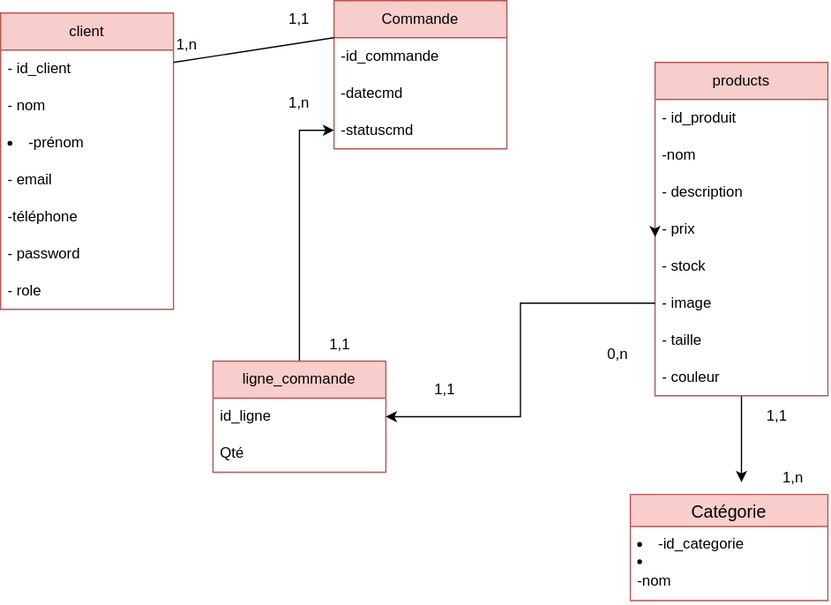
mesbahimohammedyassirsolicode-star/Projet-fil-rouge keeps this draw.io diagram as Conception BD/mcdfinal.drawio.svg. Above is the earlier version. Source tidied: cells renumbered, new cells last; positions are measured from the earlier drawing's top-left corner, leaving out a move shared by most shapes.
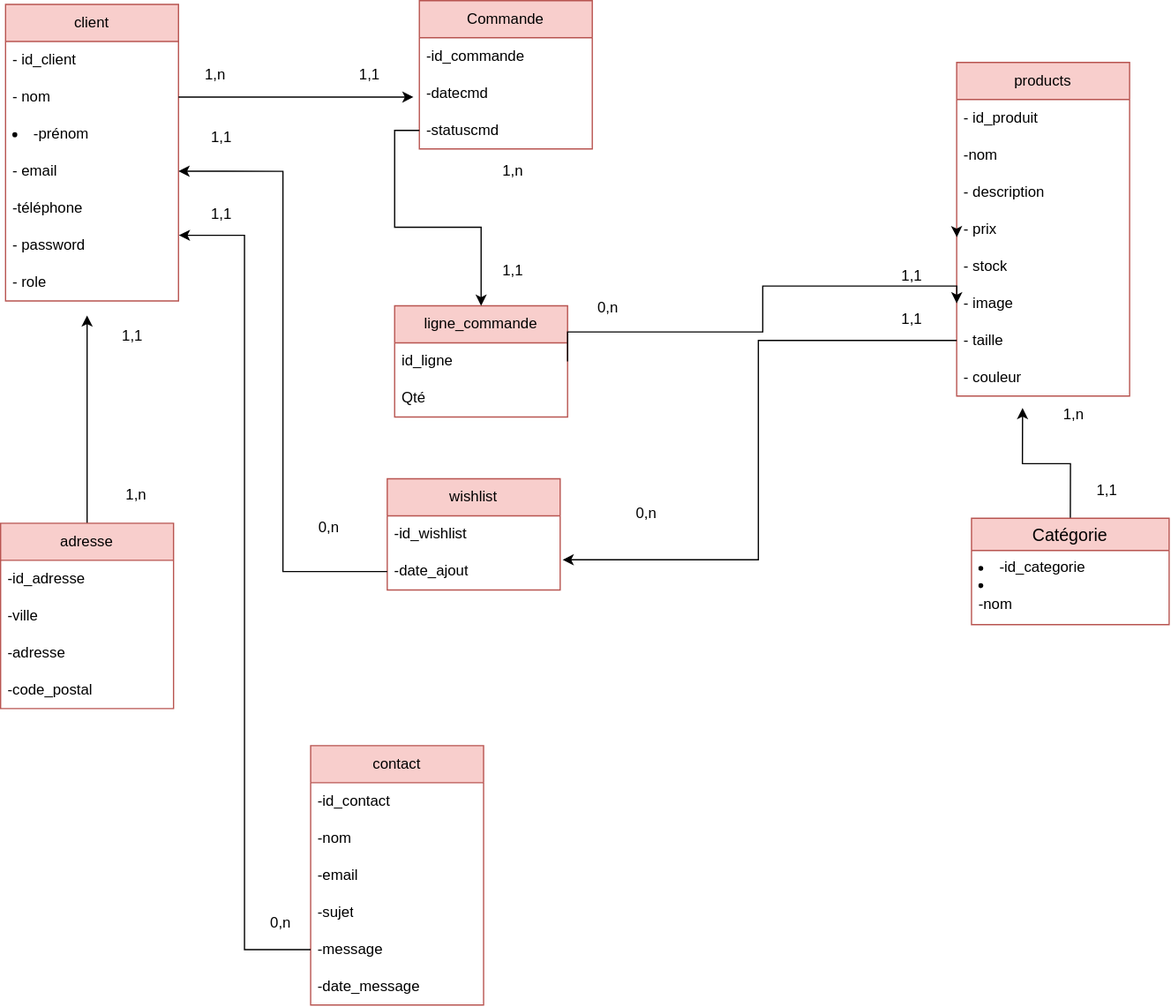
The same file after the commit.

Commit message:
feat: add MCD and MLD database design diagrams

Diff of the diagram source:
```diff
@@ -3,11 +3,16 @@
     <mxCell id="0" />
     <mxCell id="1" parent="0" />
     <mxCell id="2" value="client" style="swimlane;fontStyle=0;horizontal=1;startSize=30;whiteSpace=wrap;html=1;fillColor=#f8cecc;strokeColor=#b85450;" parent="1" vertex="1">
-      <mxGeometry y="10" width="140" height="240" as="geometry" />
+      <mxGeometry x="-30" y="-42" width="140" height="240" as="geometry" />
     </mxCell>
     <mxCell id="3" value="&lt;span class=&quot;ͼn&quot;&gt;-&lt;/span&gt; id_client&amp;nbsp;" style="text;strokeColor=none;fillColor=none;align=left;verticalAlign=middle;spacingLeft=4;spacingRight=4;overflow=hidden;whiteSpace=wrap;html=1;" parent="2" vertex="1">
       <mxGeometry y="30" width="140" height="30" as="geometry" />
     </mxCell>
+    <mxCell id="42" style="edgeStyle=orthogonalEdgeStyle;rounded=0;jettySize=auto;html=1;" parent="2" edge="1" source="4">
+      <mxGeometry relative="1" as="geometry">
+        <mxPoint x="330.2" y="75" as="targetPoint" />
+      </mxGeometry>
+    </mxCell>
     <mxCell id="4" value="&lt;span class=&quot;ͼn&quot;&gt;-&lt;/span&gt; nom" style="text;strokeColor=none;fillColor=none;align=left;verticalAlign=middle;spacingLeft=4;spacingRight=4;overflow=hidden;points=[[0,0.5],[1,0.5]];portConstraint=eastwest;whiteSpace=wrap;html=1;" parent="2" vertex="1">
       <mxGeometry y="60" width="140" height="30" as="geometry" />
     </mxCell>
@@ -26,13 +31,8 @@
     <mxCell id="9" value="&lt;span class=&quot;ͼn&quot;&gt;-&lt;/span&gt;&amp;nbsp;role" style="text;strokeColor=none;fillColor=none;align=left;verticalAlign=middle;spacingLeft=4;spacingRight=4;overflow=hidden;whiteSpace=wrap;html=1;" parent="2" vertex="1">
       <mxGeometry y="210" width="140" height="30" as="geometry" />
     </mxCell>
-    <mxCell id="10" style="edgeStyle=orthogonalEdgeStyle;rounded=0;jettySize=auto;html=1;" parent="1" edge="1" source="11">
-      <mxGeometry relative="1" as="geometry">
-        <mxPoint x="600" y="390" as="targetPoint" />
-      </mxGeometry>
-    </mxCell>
     <mxCell id="11" value="products" style="swimlane;fontStyle=0;horizontal=1;startSize=30;whiteSpace=wrap;html=1;fillColor=#f8cecc;strokeColor=#b85450;" parent="1" vertex="1">
-      <mxGeometry x="530" y="50" width="140" height="270" as="geometry" />
+      <mxGeometry x="740" y="5" width="140" height="270" as="geometry" />
     </mxCell>
     <mxCell id="12" value="&lt;span class=&quot;ͼn&quot;&gt;-&lt;/span&gt; id_produit&amp;nbsp;" style="text;strokeColor=none;fillColor=none;align=left;verticalAlign=middle;spacingLeft=4;spacingRight=4;overflow=hidden;whiteSpace=wrap;html=1;" parent="11" vertex="1">
       <mxGeometry y="30" width="140" height="30" as="geometry" />
@@ -62,7 +62,7 @@
       <mxGeometry relative="1" as="geometry" />
     </mxCell>
     <mxCell id="21" value="Commande" style="swimlane;fontStyle=0;horizontal=1;startSize=30;whiteSpace=wrap;html=1;fillColor=#f8cecc;strokeColor=#b85450;" parent="1" vertex="1">
-      <mxGeometry x="270" width="140" height="120" as="geometry" />
+      <mxGeometry x="305" y="-45" width="140" height="120" as="geometry" />
     </mxCell>
     <mxCell id="22" value="&lt;span class=&quot;ͼn&quot;&gt;-id_commande&amp;nbsp;&lt;/span&gt;" style="text;strokeColor=none;fillColor=none;align=left;verticalAlign=middle;spacingLeft=4;spacingRight=4;overflow=hidden;whiteSpace=wrap;html=1;" parent="21" vertex="1">
       <mxGeometry y="30" width="140" height="30" as="geometry" />
@@ -73,8 +73,13 @@
     <mxCell id="24" value="-statuscmd" style="text;strokeColor=none;fillColor=none;align=left;verticalAlign=middle;spacingLeft=4;spacingRight=4;overflow=hidden;points=[[0,0.5],[1,0.5]];portConstraint=eastwest;whiteSpace=wrap;html=1;" parent="21" vertex="1">
       <mxGeometry y="90" width="140" height="30" as="geometry" />
     </mxCell>
+    <mxCell id="43" style="edgeStyle=orthogonalEdgeStyle;rounded=0;jettySize=auto;html=1;exitX=0.5;exitY=0;exitDx=0;exitDy=0;" parent="1" edge="1" source="25">
+      <mxGeometry relative="1" as="geometry">
+        <mxPoint x="793.3" y="284.7" as="targetPoint" />
+      </mxGeometry>
+    </mxCell>
     <mxCell id="25" value="Catégorie" style="swimlane;fontStyle=0;horizontal=1;startSize=26;align=center;fontSize=14;fillColor=#f8cecc;strokeColor=#b85450;" parent="1" vertex="1">
-      <mxGeometry x="510" y="400" width="160" height="86" as="geometry" />
+      <mxGeometry x="752" y="374" width="160" height="86" as="geometry" />
     </mxCell>
     <mxCell id="26" value="&lt;li&gt;-id_categorie&amp;nbsp;&lt;/li&gt;&lt;li&gt;&lt;/li&gt;" style="text;strokeColor=none;fillColor=none;spacingLeft=4;spacingRight=4;overflow=hidden;fontSize=12;whiteSpace=wrap;html=1;" parent="25" vertex="1">
       <mxGeometry y="26" width="160" height="30" as="geometry" />
@@ -82,16 +87,8 @@
     <mxCell id="27" value="-nom" style="text;strokeColor=none;fillColor=none;spacingLeft=4;spacingRight=4;overflow=hidden;fontSize=12;whiteSpace=wrap;html=1;" parent="25" vertex="1">
       <mxGeometry y="56" width="160" height="30" as="geometry" />
     </mxCell>
-    <mxCell id="28" style="endArrow=none;html=1;rounded=0;entryX=0;entryY=0.25;entryDx=0;entryDy=0;" parent="1" edge="1" target="21">
-      <mxGeometry relative="1" as="geometry">
-        <mxPoint x="140" y="50" as="sourcePoint" />
-      </mxGeometry>
-    </mxCell>
-    <mxCell id="29" style="edgeStyle=orthogonalEdgeStyle;rounded=0;jettySize=auto;html=1;entryX=0;entryY=0.5;entryDx=0;entryDy=0;" parent="1" edge="1" source="30" target="24">
-      <mxGeometry relative="1" as="geometry" />
-    </mxCell>
     <mxCell id="30" value="ligne_commande" style="swimlane;fontStyle=0;horizontal=1;startSize=30;whiteSpace=wrap;html=1;fillColor=#f8cecc;strokeColor=#b85450;" parent="1" vertex="1">
-      <mxGeometry x="172" y="292" width="140" height="90" as="geometry" />
+      <mxGeometry x="285" y="202" width="140" height="90" as="geometry" />
     </mxCell>
     <mxCell id="31" value="&lt;span class=&quot;ͼn&quot;&gt;id_ligne&lt;/span&gt;" style="text;strokeColor=none;fillColor=none;align=left;verticalAlign=middle;spacingLeft=4;spacingRight=4;overflow=hidden;points=[[0,0.5],[1,0.5]];portConstraint=eastwest;whiteSpace=wrap;html=1;" parent="30" vertex="1">
       <mxGeometry y="30" width="140" height="30" as="geometry" />
@@ -99,32 +96,125 @@
     <mxCell id="32" value="Qté" style="text;strokeColor=none;fillColor=none;align=left;verticalAlign=middle;spacingLeft=4;spacingRight=4;overflow=hidden;whiteSpace=wrap;html=1;" parent="30" vertex="1">
       <mxGeometry y="60" width="140" height="30" as="geometry" />
     </mxCell>
-    <mxCell id="33" style="edgeStyle=orthogonalEdgeStyle;rounded=0;jettySize=auto;html=1;exitX=0;exitY=0.5;exitDx=0;exitDy=0;entryX=1;entryY=0.5;entryDx=0;entryDy=0;" parent="1" edge="1" source="17" target="31">
-      <mxGeometry relative="1" as="geometry" />
-    </mxCell>
     <mxCell id="34" value="1,n" style="text;html=1;whiteSpace=wrap;strokeColor=none;fillColor=none;align=center;verticalAlign=middle;rounded=0;" parent="1" vertex="1">
-      <mxGeometry x="121" y="21" width="60" height="30" as="geometry" />
+      <mxGeometry x="110" width="60" height="30" as="geometry" />
     </mxCell>
     <mxCell id="35" value="1,1" style="text;html=1;whiteSpace=wrap;strokeColor=none;fillColor=none;align=center;verticalAlign=middle;rounded=0;" parent="1" vertex="1">
-      <mxGeometry x="212" width="60" height="30" as="geometry" />
+      <mxGeometry x="235" width="60" height="30" as="geometry" />
     </mxCell>
     <mxCell id="36" value="1,n" style="text;html=1;whiteSpace=wrap;strokeColor=none;fillColor=none;align=center;verticalAlign=middle;rounded=0;" parent="1" vertex="1">
-      <mxGeometry x="212" y="68" width="60" height="30" as="geometry" />
+      <mxGeometry x="351" y="78" width="60" height="30" as="geometry" />
     </mxCell>
     <mxCell id="37" value="1,1" style="text;html=1;whiteSpace=wrap;strokeColor=none;fillColor=none;align=center;verticalAlign=middle;rounded=0;" parent="1" vertex="1">
-      <mxGeometry x="245" y="264" width="60" height="30" as="geometry" />
+      <mxGeometry x="351" y="159" width="60" height="30" as="geometry" />
     </mxCell>
     <mxCell id="38" value="1,1" style="text;html=1;whiteSpace=wrap;strokeColor=none;fillColor=none;align=center;verticalAlign=middle;rounded=0;" parent="1" vertex="1">
-      <mxGeometry x="330" y="300" width="60" height="30" as="geometry" />
+      <mxGeometry x="832" y="337" width="60" height="30" as="geometry" />
     </mxCell>
     <mxCell id="39" value="0,n" style="text;html=1;whiteSpace=wrap;strokeColor=none;fillColor=none;align=center;verticalAlign=middle;rounded=0;" parent="1" vertex="1">
-      <mxGeometry x="470" y="272" width="60" height="30" as="geometry" />
+      <mxGeometry x="428" y="189" width="60" height="30" as="geometry" />
     </mxCell>
     <mxCell id="40" value="1,n" style="text;html=1;whiteSpace=wrap;strokeColor=none;fillColor=none;align=center;verticalAlign=middle;rounded=0;" parent="1" vertex="1">
-      <mxGeometry x="612" y="372" width="60" height="30" as="geometry" />
+      <mxGeometry x="805" y="275" width="60" height="30" as="geometry" />
     </mxCell>
     <mxCell id="41" value="1,1" style="text;html=1;whiteSpace=wrap;strokeColor=none;fillColor=none;align=center;verticalAlign=middle;rounded=0;" parent="1" vertex="1">
-      <mxGeometry x="599" y="322" width="60" height="30" as="geometry" />
+      <mxGeometry x="674" y="163" width="60" height="30" as="geometry" />
     </mxCell>
+    <mxCell id="44" style="edgeStyle=orthogonalEdgeStyle;rounded=0;jettySize=auto;html=1;exitX=0;exitY=0.5;exitDx=0;exitDy=0;entryX=0.5;entryY=0;entryDx=0;entryDy=0;" parent="1" edge="1" source="24" target="30">
+      <mxGeometry relative="1" as="geometry" />
+    </mxCell>
+    <mxCell id="45" style="edgeStyle=orthogonalEdgeStyle;rounded=0;jettySize=auto;html=1;exitX=1;exitY=0.5;exitDx=0;exitDy=0;entryX=0;entryY=0.5;entryDx=0;entryDy=0;" parent="1" edge="1" source="31" target="17">
+      <mxGeometry relative="1" as="geometry">
+        <Array as="points">
+          <mxPoint x="425" y="223" />
+          <mxPoint x="583" y="223" />
+          <mxPoint x="583" y="186" />
+          <mxPoint x="740" y="186" />
+        </Array>
+      </mxGeometry>
+    </mxCell>
+    <mxCell id="46" value="wishlist" style="swimlane;fontStyle=0;horizontal=1;startSize=30;whiteSpace=wrap;html=1;fillColor=#f8cecc;strokeColor=#b85450;" parent="1" vertex="1">
+      <mxGeometry x="279" y="342" width="140" height="90" as="geometry" />
+    </mxCell>
+    <mxCell id="47" value="&lt;span class=&quot;ͼn&quot;&gt;-id_wishlist&lt;/span&gt;" style="text;strokeColor=none;fillColor=none;align=left;verticalAlign=middle;spacingLeft=4;spacingRight=4;overflow=hidden;whiteSpace=wrap;html=1;" parent="46" vertex="1">
+      <mxGeometry y="30" width="140" height="30" as="geometry" />
+    </mxCell>
+    <mxCell id="48" value="-date_ajout" style="text;strokeColor=none;fillColor=none;align=left;verticalAlign=middle;spacingLeft=4;spacingRight=4;overflow=hidden;points=[[0,0.5],[1,0.5]];portConstraint=eastwest;whiteSpace=wrap;html=1;" parent="46" vertex="1">
+      <mxGeometry y="60" width="140" height="30" as="geometry" />
+    </mxCell>
+    <mxCell id="49" style="edgeStyle=orthogonalEdgeStyle;rounded=0;jettySize=auto;html=1;entryX=1.014;entryY=0.186;entryDx=0;entryDy=0;entryPerimeter=0;" parent="1" edge="1" source="18" target="48">
+      <mxGeometry relative="1" as="geometry" />
+    </mxCell>
+    <mxCell id="50" value="0,n" style="text;html=1;whiteSpace=wrap;strokeColor=none;fillColor=none;align=center;verticalAlign=middle;rounded=0;" parent="1" vertex="1">
+      <mxGeometry x="459" y="355" width="60" height="30" as="geometry" />
+    </mxCell>
+    <mxCell id="51" value="1,1" style="text;html=1;whiteSpace=wrap;strokeColor=none;fillColor=none;align=center;verticalAlign=middle;rounded=0;" parent="1" vertex="1">
+      <mxGeometry x="674" y="198" width="60" height="30" as="geometry" />
+    </mxCell>
+    <mxCell id="52" style="edgeStyle=orthogonalEdgeStyle;rounded=0;jettySize=auto;html=1;entryX=1;entryY=0.5;entryDx=0;entryDy=0;" parent="1" edge="1" source="48" target="6">
+      <mxGeometry relative="1" as="geometry" />
+    </mxCell>
+    <mxCell id="53" value="0,n" style="text;html=1;whiteSpace=wrap;strokeColor=none;fillColor=none;align=center;verticalAlign=middle;rounded=0;" parent="1" vertex="1">
+      <mxGeometry x="202" y="367" width="60" height="30" as="geometry" />
+    </mxCell>
+    <mxCell id="54" value="1,1" style="text;html=1;whiteSpace=wrap;strokeColor=none;fillColor=none;align=center;verticalAlign=middle;rounded=0;" parent="1" vertex="1">
+      <mxGeometry x="115" y="51" width="60" height="30" as="geometry" />
+    </mxCell>
+    <mxCell id="55" style="edgeStyle=orthogonalEdgeStyle;rounded=0;jettySize=auto;html=1;" parent="1" edge="1" source="56">
+      <mxGeometry relative="1" as="geometry">
+        <mxPoint x="36" y="209.8" as="targetPoint" />
+      </mxGeometry>
+    </mxCell>
+    <mxCell id="56" value="adresse" style="swimlane;fontStyle=0;horizontal=1;startSize=30;whiteSpace=wrap;html=1;fillColor=#f8cecc;strokeColor=#b85450;" parent="1" vertex="1">
+      <mxGeometry x="-34" y="378" width="140" height="150" as="geometry" />
+    </mxCell>
+    <mxCell id="57" value="&lt;span class=&quot;ͼn&quot;&gt;-id_adresse&lt;/span&gt;" style="text;strokeColor=none;fillColor=none;align=left;verticalAlign=middle;spacingLeft=4;spacingRight=4;overflow=hidden;whiteSpace=wrap;html=1;" parent="56" vertex="1">
+      <mxGeometry y="30" width="140" height="30" as="geometry" />
+    </mxCell>
+    <mxCell id="58" value="-ville" style="text;strokeColor=none;fillColor=none;align=left;verticalAlign=middle;spacingLeft=4;spacingRight=4;overflow=hidden;whiteSpace=wrap;html=1;" parent="56" vertex="1">
+      <mxGeometry y="60" width="140" height="30" as="geometry" />
+    </mxCell>
+    <mxCell id="59" value="&lt;span class=&quot;ͼn&quot;&gt;-adresse&lt;/span&gt;" style="text;strokeColor=none;fillColor=none;align=left;verticalAlign=middle;spacingLeft=4;spacingRight=4;overflow=hidden;whiteSpace=wrap;html=1;" parent="56" vertex="1">
+      <mxGeometry y="90" width="140" height="30" as="geometry" />
+    </mxCell>
+    <mxCell id="60" value="&lt;span class=&quot;ͼn&quot;&gt;-code_postal&lt;/span&gt;" style="text;strokeColor=none;fillColor=none;align=left;verticalAlign=middle;spacingLeft=4;spacingRight=4;overflow=hidden;whiteSpace=wrap;html=1;" parent="56" vertex="1">
+      <mxGeometry y="120" width="140" height="30" as="geometry" />
+    </mxCell>
+    <mxCell id="61" value="1,1" style="text;html=1;whiteSpace=wrap;strokeColor=none;fillColor=none;align=center;verticalAlign=middle;rounded=0;" parent="1" vertex="1">
+      <mxGeometry x="43" y="212" width="60" height="30" as="geometry" />
+    </mxCell>
+    <mxCell id="62" value="1,n" style="text;html=1;whiteSpace=wrap;strokeColor=none;fillColor=none;align=center;verticalAlign=middle;rounded=0;" parent="1" vertex="1">
+      <mxGeometry x="46" y="340" width="60" height="30" as="geometry" />
+    </mxCell>
+    <mxCell id="63" value="contact" style="swimlane;fontStyle=0;horizontal=1;startSize=30;whiteSpace=wrap;html=1;fillColor=#f8cecc;strokeColor=#b85450;" parent="1" vertex="1">
+      <mxGeometry x="217" y="558" width="140" height="210" as="geometry" />
+    </mxCell>
+    <mxCell id="64" value="&lt;span class=&quot;ͼn&quot;&gt;-id_contact&lt;/span&gt;" style="text;strokeColor=none;fillColor=none;align=left;verticalAlign=middle;spacingLeft=4;spacingRight=4;overflow=hidden;whiteSpace=wrap;html=1;" parent="63" vertex="1">
+      <mxGeometry y="30" width="140" height="30" as="geometry" />
+    </mxCell>
+    <mxCell id="65" value="-nom" style="text;strokeColor=none;fillColor=none;align=left;verticalAlign=middle;spacingLeft=4;spacingRight=4;overflow=hidden;whiteSpace=wrap;html=1;" parent="63" vertex="1">
+      <mxGeometry y="60" width="140" height="30" as="geometry" />
+    </mxCell>
+    <mxCell id="66" value="&lt;span class=&quot;ͼn&quot;&gt;-email&lt;/span&gt;" style="text;strokeColor=none;fillColor=none;align=left;verticalAlign=middle;spacingLeft=4;spacingRight=4;overflow=hidden;whiteSpace=wrap;html=1;" parent="63" vertex="1">
+      <mxGeometry y="90" width="140" height="30" as="geometry" />
+    </mxCell>
+    <mxCell id="67" value="&lt;span class=&quot;ͼn&quot;&gt;-sujet&lt;/span&gt;" style="text;strokeColor=none;fillColor=none;align=left;verticalAlign=middle;spacingLeft=4;spacingRight=4;overflow=hidden;whiteSpace=wrap;html=1;" parent="63" vertex="1">
+      <mxGeometry y="120" width="140" height="30" as="geometry" />
+    </mxCell>
+    <mxCell id="68" value="&lt;span class=&quot;ͼn&quot;&gt;-message&lt;/span&gt;" style="text;strokeColor=none;fillColor=none;align=left;verticalAlign=middle;spacingLeft=4;spacingRight=4;overflow=hidden;points=[[0,0.5],[1,0.5]];portConstraint=eastwest;whiteSpace=wrap;html=1;" parent="63" vertex="1">
+      <mxGeometry y="150" width="140" height="30" as="geometry" />
+    </mxCell>
+    <mxCell id="69" value="&lt;span class=&quot;ͼn&quot;&gt;-date_message&lt;/span&gt;" style="text;strokeColor=none;fillColor=none;align=left;verticalAlign=middle;spacingLeft=4;spacingRight=4;overflow=hidden;whiteSpace=wrap;html=1;" parent="63" vertex="1">
+      <mxGeometry y="180" width="140" height="30" as="geometry" />
+    </mxCell>
+    <mxCell id="70" style="edgeStyle=orthogonalEdgeStyle;rounded=0;jettySize=auto;html=1;entryX=1.002;entryY=0.23;entryDx=0;entryDy=0;entryPerimeter=0;" parent="1" edge="1" source="68" target="8">
+      <mxGeometry relative="1" as="geometry" />
+    </mxCell>
+    <mxCell id="71" value="0,n" style="text;html=1;whiteSpace=wrap;strokeColor=none;fillColor=none;align=center;verticalAlign=middle;rounded=0;" parent="1" vertex="1">
+      <mxGeometry x="163" y="687" width="60" height="30" as="geometry" />
+    </mxCell>
+    <mxCell id="72" value="1,1" style="text;html=1;whiteSpace=wrap;strokeColor=none;fillColor=none;align=center;verticalAlign=middle;rounded=0;" parent="1" vertex="1">
+      <mxGeometry x="115" y="113" width="60" height="30" as="geometry" />
+    </mxCell>
   </root>
 </mxGraphModel>
```
